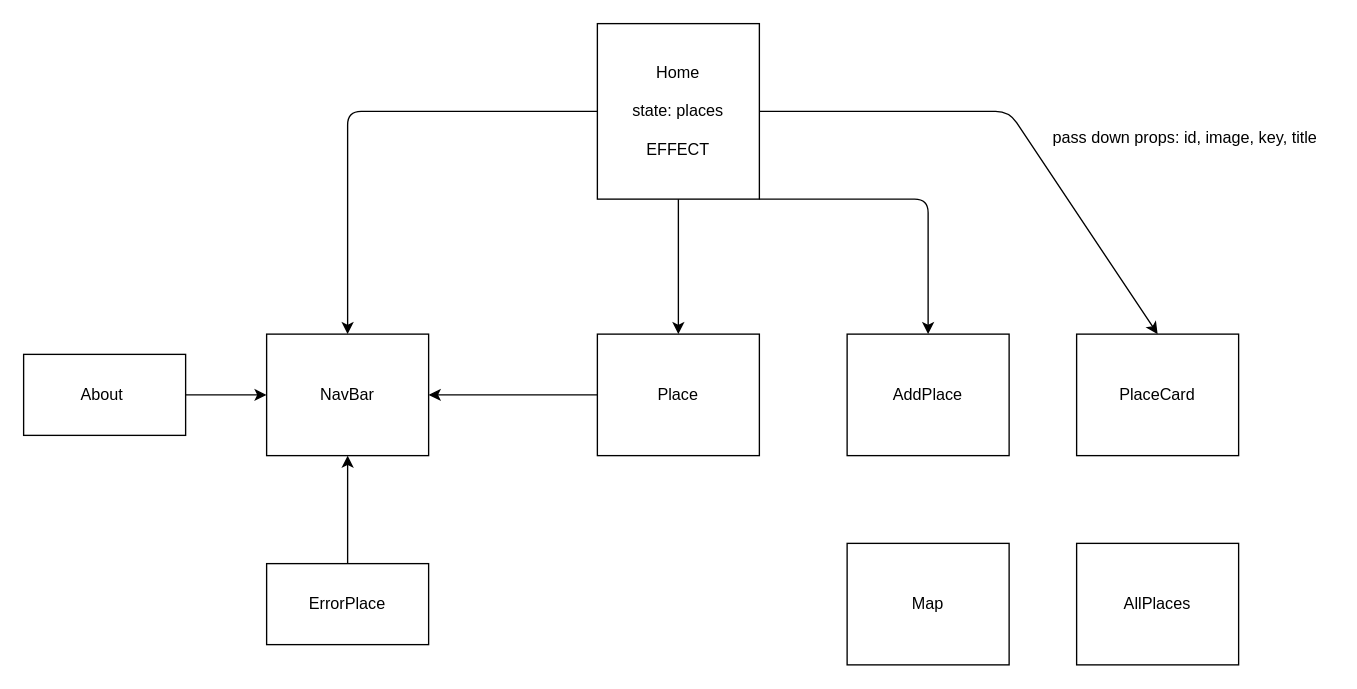
This is Tree.drawio from Oscar-/Phase-2-Project, a draw.io file, before an edit. Source tidied: cells renumbered, new cells numbered last; positions are measured from the earlier drawing's top-left corner, leaving out a move shared by most shapes. Both pictures are drawn from the tidied source at 135%, with x=0, y=0 at pixel (23, 23).
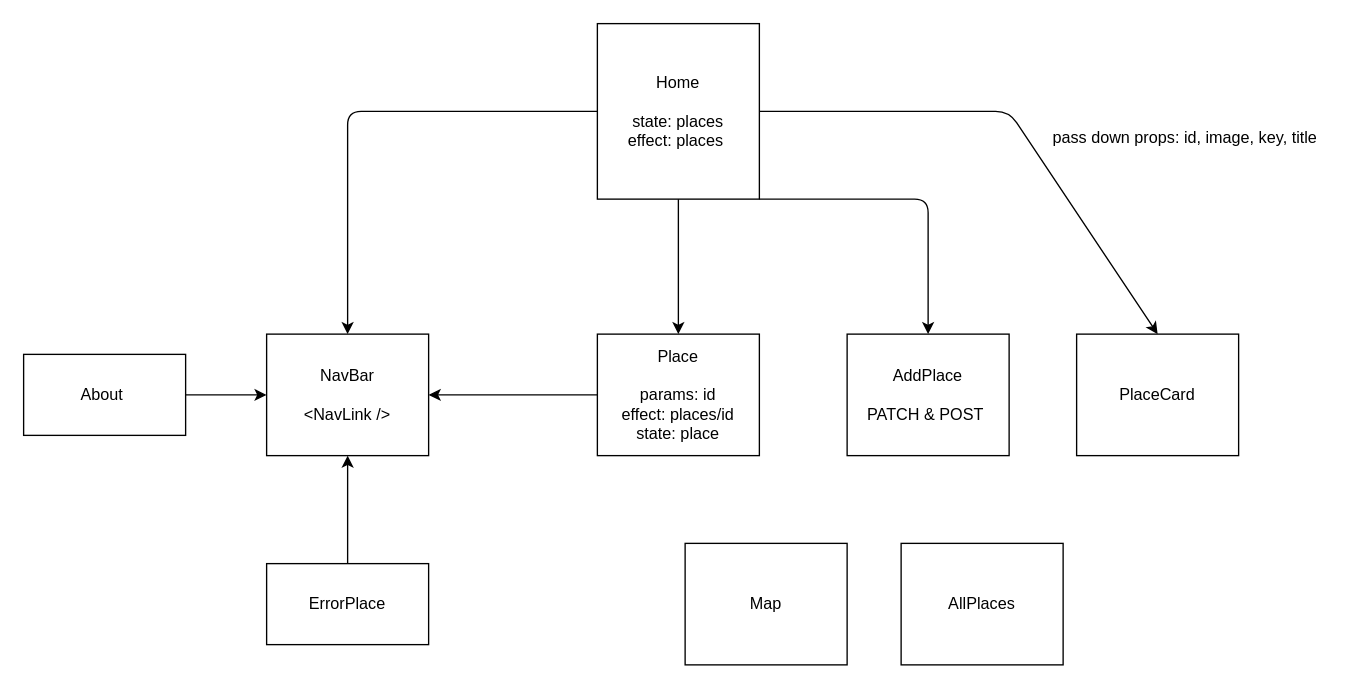
The same diagram, later.

Change to the diagram source:
```diff
@@
-    <mxCell id="6" value="Home&lt;br&gt;&lt;br&gt;state: places&lt;br&gt;&lt;br&gt;EFFECT&lt;br&gt;" style="whiteSpace=wrap;html=1;" parent="1" vertex="1">
+    <mxCell id="6" value="Home&lt;br&gt;&lt;br&gt;state: places&lt;br&gt;effect: places&amp;nbsp;" style="whiteSpace=wrap;html=1;" parent="1" vertex="1">
       <mxGeometry x="425" width="120" height="130" as="geometry" />
     </mxCell>
     <mxCell id="7" value="AllPlaces" style="whiteSpace=wrap;html=1;" parent="1" vertex="1">
-      <mxGeometry x="780" y="385" width="120" height="90" as="geometry" />
+      <mxGeometry x="650" y="385" width="120" height="90" as="geometry" />
     </mxCell>
@@
-    <mxCell id="9" value="Place" style="whiteSpace=wrap;html=1;" parent="1" vertex="1">
+    <mxCell id="9" value="Place&lt;br&gt;&lt;br&gt;params: id&lt;br&gt;effect: places/id&lt;br&gt;state: place" style="whiteSpace=wrap;html=1;" parent="1" vertex="1">
       <mxGeometry x="425" y="230" width="120" height="90" as="geometry" />
     </mxCell>
@@
-    <mxCell id="12" value="AddPlace" style="whiteSpace=wrap;html=1;" parent="1" vertex="1">
+    <mxCell id="12" value="AddPlace&lt;br&gt;&lt;br&gt;PATCH &amp;amp; POST&amp;nbsp;" style="whiteSpace=wrap;html=1;" parent="1" vertex="1">
       <mxGeometry x="610" y="230" width="120" height="90" as="geometry" />
     </mxCell>
     <mxCell id="13" value="Map" style="whiteSpace=wrap;html=1;" parent="1" vertex="1">
-      <mxGeometry x="610" y="385" width="120" height="90" as="geometry" />
+      <mxGeometry x="490" y="385" width="120" height="90" as="geometry" />
     </mxCell>
-    <mxCell id="14" value="NavBar" style="whiteSpace=wrap;html=1;" parent="1" vertex="1">
+    <mxCell id="14" value="NavBar&lt;br&gt;&lt;br&gt;&amp;lt;NavLink /&amp;gt;" style="whiteSpace=wrap;html=1;" parent="1" vertex="1">
       <mxGeometry x="180" y="230" width="120" height="90" as="geometry" />
     </mxCell>
```
